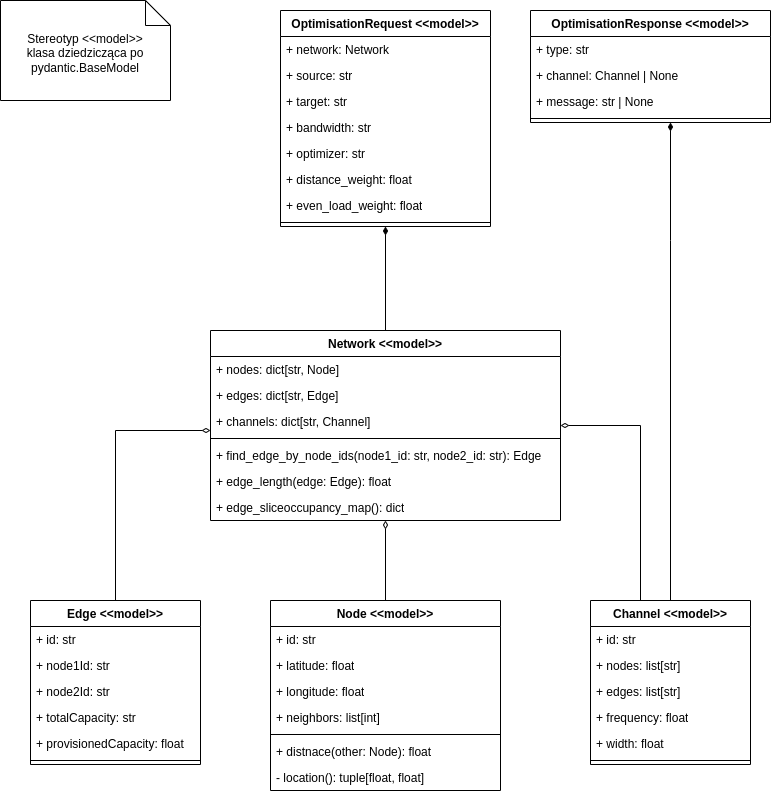
Before: docs/diagrams/backend-models.drawio.png, a diagram exported from draw.io (mGarbowski/pzsp2-projekt). Source tidied: cells renumbered, new cells last; positions are measured from the earlier drawing's top-left corner, leaving out a move shared by most shapes.
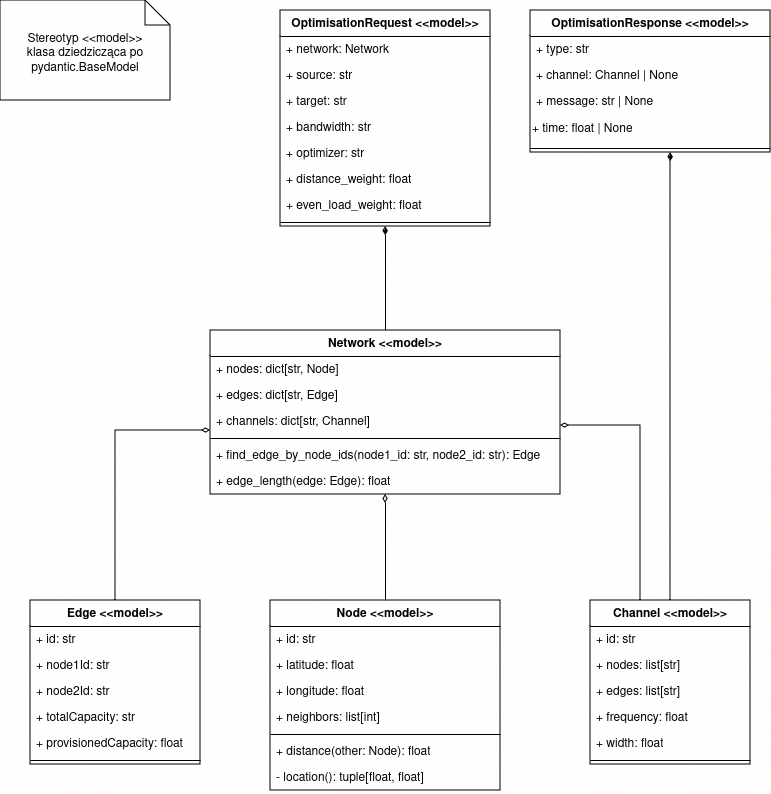
After the change.

Commit message:
remove redundant comment, update backend diagrams

What changed in the source:
```diff
@@ -51,7 +51,7 @@
     <mxCell id="16" style="line;strokeWidth=1;fillColor=none;align=left;verticalAlign=middle;spacingTop=-1;spacingLeft=3;spacingRight=3;labelPosition=right;strokeColor=inherit;" parent="11" vertex="1">
       <mxGeometry y="130" width="230" height="8" as="geometry" />
     </mxCell>
-    <mxCell id="17" value="+ distnace(other: Node): float" style="text;strokeColor=none;fillColor=none;align=left;verticalAlign=top;spacingLeft=4;spacingRight=4;overflow=hidden;whiteSpace=wrap;html=1;" parent="11" vertex="1">
+    <mxCell id="17" value="+ distance(other: Node): float" style="text;strokeColor=none;fillColor=none;align=left;verticalAlign=top;spacingLeft=4;spacingRight=4;overflow=hidden;whiteSpace=wrap;html=1;" parent="11" vertex="1">
       <mxGeometry y="138" width="230" height="26" as="geometry" />
     </mxCell>
     <mxCell id="18" value="- location(): tuple[float, float]" style="text;strokeColor=none;fillColor=none;align=left;verticalAlign=top;spacingLeft=4;spacingRight=4;overflow=hidden;whiteSpace=wrap;html=1;" parent="11" vertex="1">
@@ -97,7 +97,7 @@
       <mxGeometry relative="1" as="geometry" />
     </mxCell>
     <mxCell id="29" value="Network &amp;lt;&amp;lt;model&amp;gt;&amp;gt;" style="swimlane;fontStyle=1;align=center;verticalAlign=top;horizontal=1;startSize=26;whiteSpace=wrap;html=1;" parent="1" vertex="1">
-      <mxGeometry x="210" y="330" width="350" height="190" as="geometry" />
+      <mxGeometry x="210" y="330" width="350" height="164" as="geometry" />
     </mxCell>
     <mxCell id="30" value="+ nodes: dict[str, Node]" style="text;strokeColor=none;fillColor=none;align=left;verticalAlign=top;spacingLeft=4;spacingRight=4;overflow=hidden;whiteSpace=wrap;html=1;" parent="29" vertex="1">
       <mxGeometry y="26" width="350" height="26" as="geometry" />
@@ -117,9 +117,6 @@
     <mxCell id="35" value="+ edge_length(edge: Edge): float" style="text;strokeColor=none;fillColor=none;align=left;verticalAlign=top;spacingLeft=4;spacingRight=4;overflow=hidden;whiteSpace=wrap;html=1;" parent="29" vertex="1">
       <mxGeometry y="138" width="350" height="26" as="geometry" />
     </mxCell>
-    <mxCell id="36" value="+ edge_sliceoccupancy_map(): dict" style="text;strokeColor=none;fillColor=none;align=left;verticalAlign=top;spacingLeft=4;spacingRight=4;overflow=hidden;whiteSpace=wrap;html=1;" parent="29" vertex="1">
-      <mxGeometry y="164" width="350" height="26" as="geometry" />
-    </mxCell>
     <mxCell id="37" value="OptimisationRequest &amp;lt;&amp;lt;model&amp;gt;&amp;gt;" style="swimlane;fontStyle=1;align=center;verticalAlign=top;horizontal=1;startSize=26;whiteSpace=wrap;html=1;" parent="1" vertex="1">
       <mxGeometry x="280" y="10" width="210" height="216" as="geometry" />
     </mxCell>
@@ -148,7 +145,7 @@
       <mxGeometry y="208" width="210" height="8" as="geometry" />
     </mxCell>
     <mxCell id="46" value="OptimisationResponse &amp;lt;&amp;lt;model&amp;gt;&amp;gt;" style="swimlane;fontStyle=1;align=center;verticalAlign=top;horizontal=1;startSize=26;whiteSpace=wrap;html=1;" parent="1" vertex="1">
-      <mxGeometry x="530" y="10" width="240" height="112" as="geometry" />
+      <mxGeometry x="530" y="10" width="240" height="142" as="geometry" />
     </mxCell>
     <mxCell id="47" value="+ type: str" style="text;strokeColor=none;fillColor=none;align=left;verticalAlign=top;spacingLeft=4;spacingRight=4;overflow=hidden;whiteSpace=wrap;html=1;" parent="46" vertex="1">
       <mxGeometry y="26" width="240" height="26" as="geometry" />
@@ -156,11 +153,14 @@
     <mxCell id="48" value="+ channel: Channel | None" style="text;strokeColor=none;fillColor=none;align=left;verticalAlign=top;spacingLeft=4;spacingRight=4;overflow=hidden;whiteSpace=wrap;html=1;" parent="46" vertex="1">
       <mxGeometry y="52" width="240" height="26" as="geometry" />
     </mxCell>
-    <mxCell id="49" value="+ message: str | None" style="text;strokeColor=none;fillColor=none;align=left;verticalAlign=top;spacingLeft=4;spacingRight=4;overflow=hidden;whiteSpace=wrap;html=1;" parent="46" vertex="1">
+    <mxCell id="49" value="&lt;div&gt;+ message: str | None&lt;/div&gt;" style="text;strokeColor=none;fillColor=none;align=left;verticalAlign=top;spacingLeft=4;spacingRight=4;overflow=hidden;whiteSpace=wrap;html=1;" parent="46" vertex="1">
       <mxGeometry y="78" width="240" height="26" as="geometry" />
     </mxCell>
+    <mxCell id="52" value="&lt;div align=&quot;left&quot;&gt;+ time: float | None&lt;br&gt;&lt;/div&gt;" style="text;html=1;align=left;verticalAlign=middle;whiteSpace=wrap;rounded=0;" parent="46" vertex="1">
+      <mxGeometry y="104" width="240" height="30" as="geometry" />
+    </mxCell>
     <mxCell id="50" style="line;strokeWidth=1;fillColor=none;align=left;verticalAlign=middle;spacingTop=-1;spacingLeft=3;spacingRight=3;labelPosition=right;strokeColor=inherit;" parent="46" vertex="1">
-      <mxGeometry y="104" width="240" height="8" as="geometry" />
+      <mxGeometry y="134" width="240" height="8" as="geometry" />
     </mxCell>
     <mxCell id="51" value="Stereotyp &amp;lt;&amp;lt;model&amp;gt;&amp;gt;&lt;div&gt;klasa dziedzicząca po pydantic.BaseModel&lt;/div&gt;" style="shape=note2;boundedLbl=1;whiteSpace=wrap;html=1;size=25;verticalAlign=top;align=center;" parent="1" vertex="1">
       <mxGeometry width="170" height="100" as="geometry" />
```
